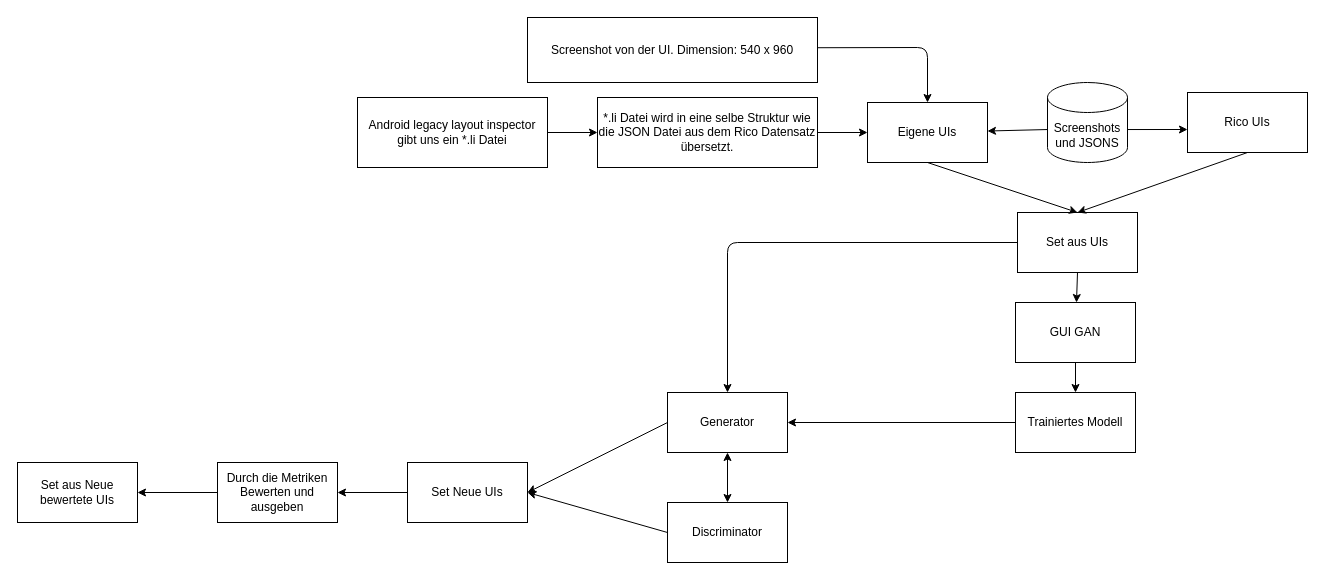
Earlier version of the draw.io diagram diagram/use-case.drawio (MHallweger/deepux2). Source tidied: cells renumbered, new cells numbered last; positions are measured from the earlier drawing's top-left corner, leaving out a move shared by most shapes. Both pictures are drawn from the tidied source at 100%, with x=0, y=0 at pixel (17, 17).
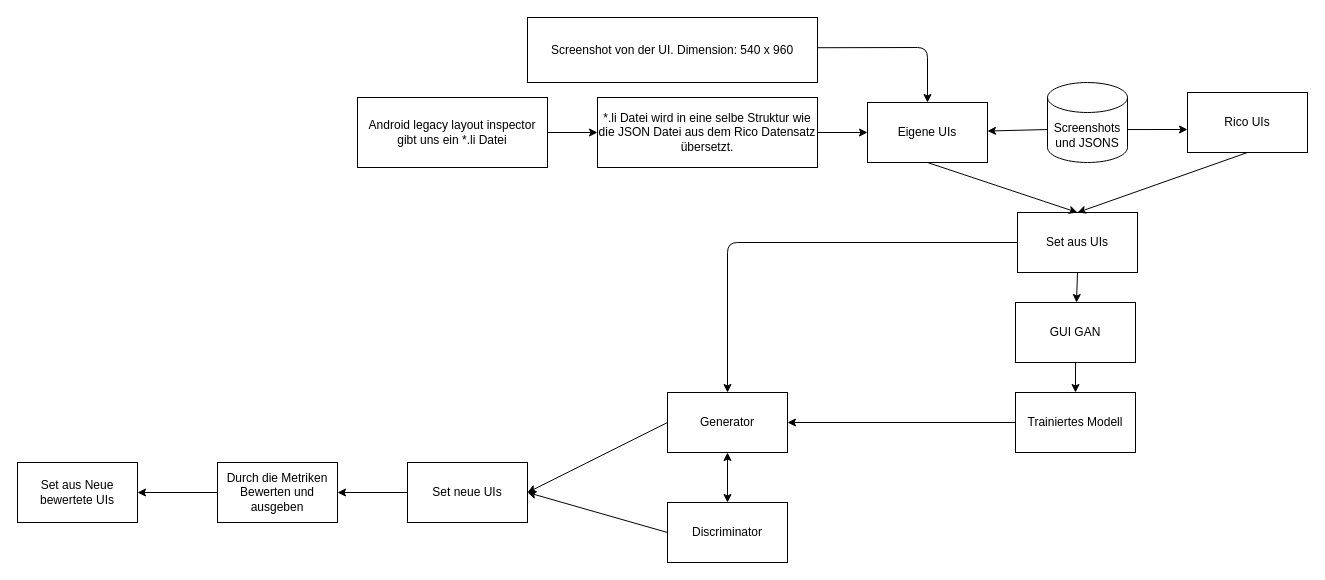
The same diagram, later.

Change to the diagram source:
```diff
@@
-    <mxCell id="23" value="Set Neue UIs" style="rounded=0;whiteSpace=wrap;html=1;" parent="1" vertex="1">
+    <mxCell id="23" value="Set neue UIs" style="rounded=0;whiteSpace=wrap;html=1;" parent="1" vertex="1">
       <mxGeometry x="390" y="445" width="120" height="60" as="geometry" />
     </mxCell>
```
